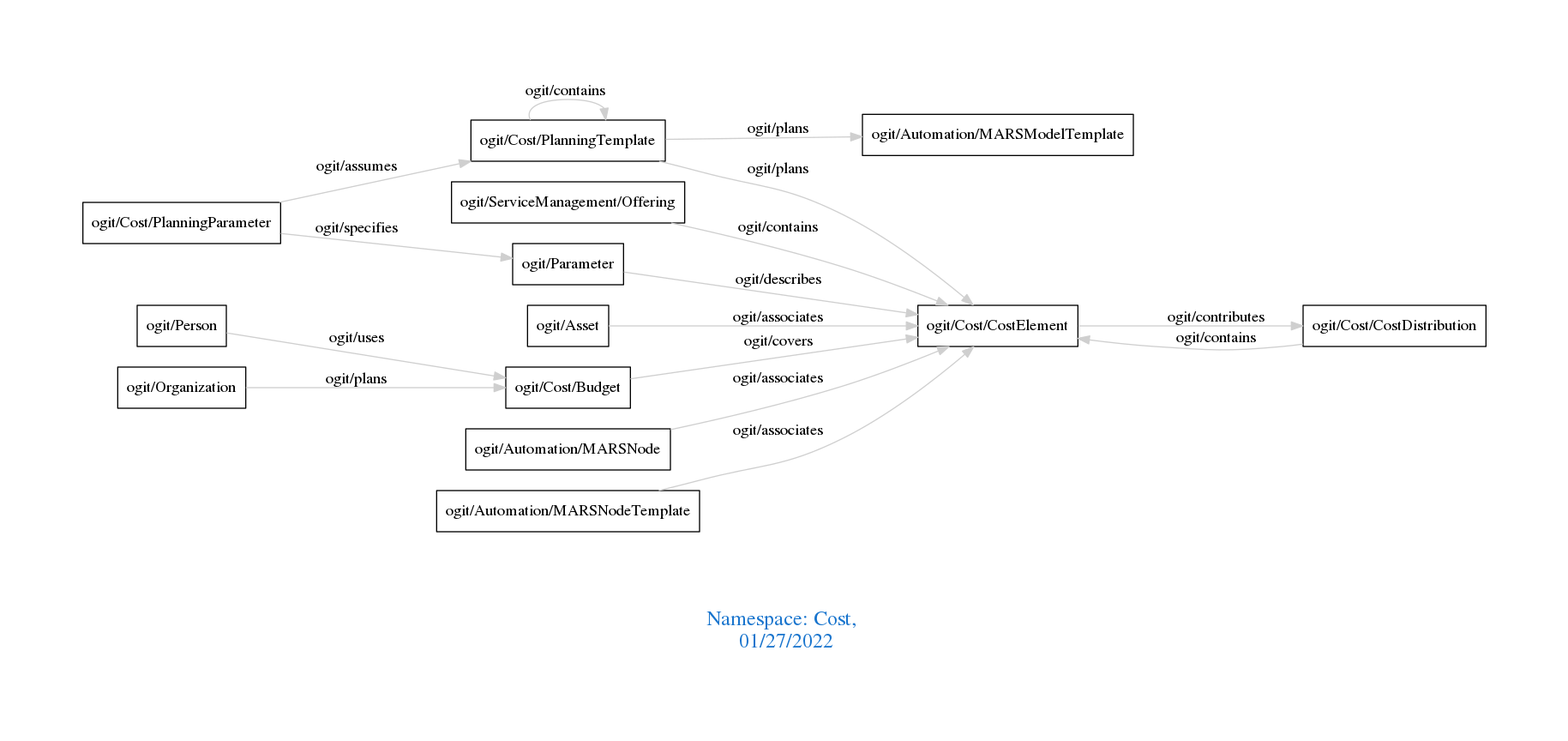
Before: downloads/Cost.png, a diagram exported from Graphviz (arago/OGIT). Its source is kept beside it as downloads/Cost.dot.
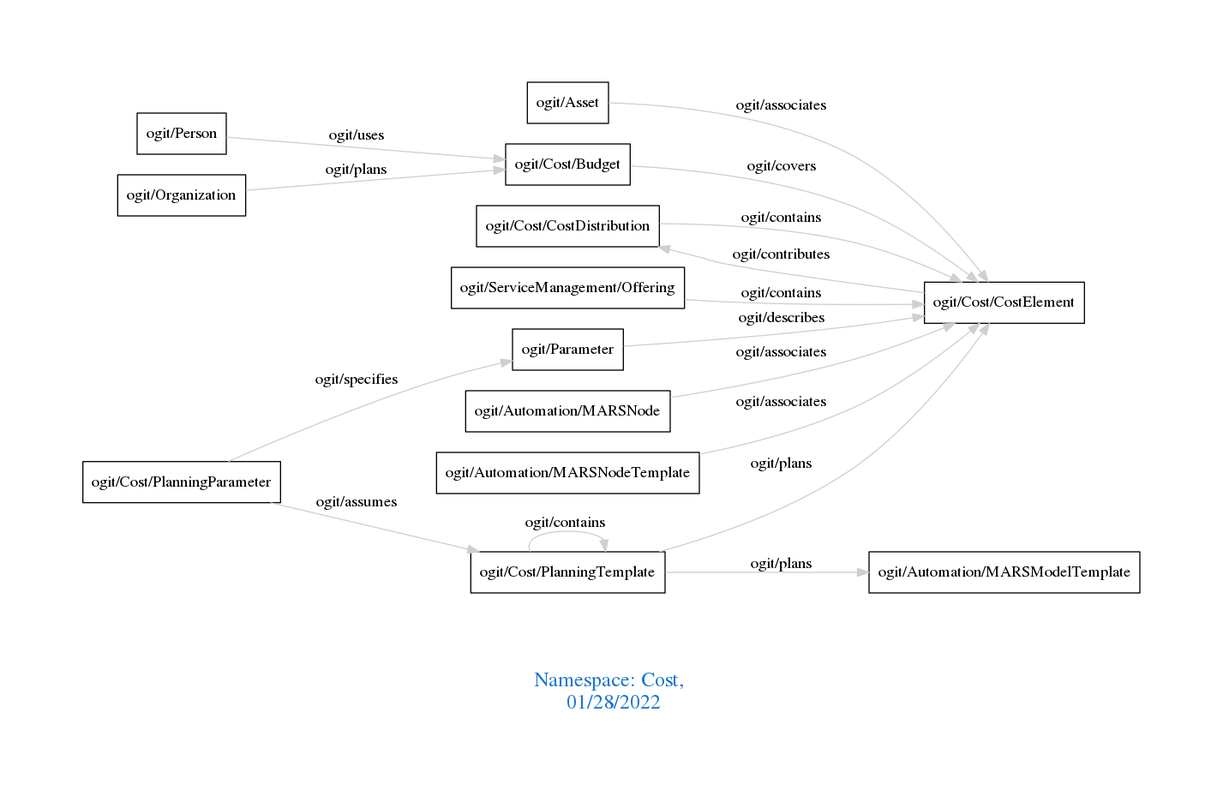
The same diagram one commit later.

The edit, as a diff of the source:
```diff
@@ -1,12 +1,12 @@
 digraph OGIT_ontology {
  graph [ rankdir= LR,pad=1
 fontsize = 18,
-fontcolor= dodgerblue3,label = "\n\n\nNamespace: Cost, \n 01/27/2022"];
+fontcolor= dodgerblue3,label = "\n\n\nNamespace: Cost, \n 01/28/2022"];
 node[shape=polygon];
 edge [  color="gray81"];
 
+   "ogit/Cost/CostDistribution" -> "ogit/Cost/CostElement" [label="   ogit/contains    "];
    "ogit/ServiceManagement/Offering" -> "ogit/Cost/CostElement" [label="   ogit/contains    "];
-   "ogit/Cost/CostDistribution" -> "ogit/Cost/CostElement" [label="   ogit/contains    "];
    "ogit/Cost/PlanningParameter" -> "ogit/Parameter" [label="   ogit/specifies    "];
    "ogit/Cost/Budget" -> "ogit/Cost/CostElement" [label="   ogit/covers    "];
    "ogit/Parameter" -> "ogit/Cost/CostElement" [label="   ogit/describes    "];
```
